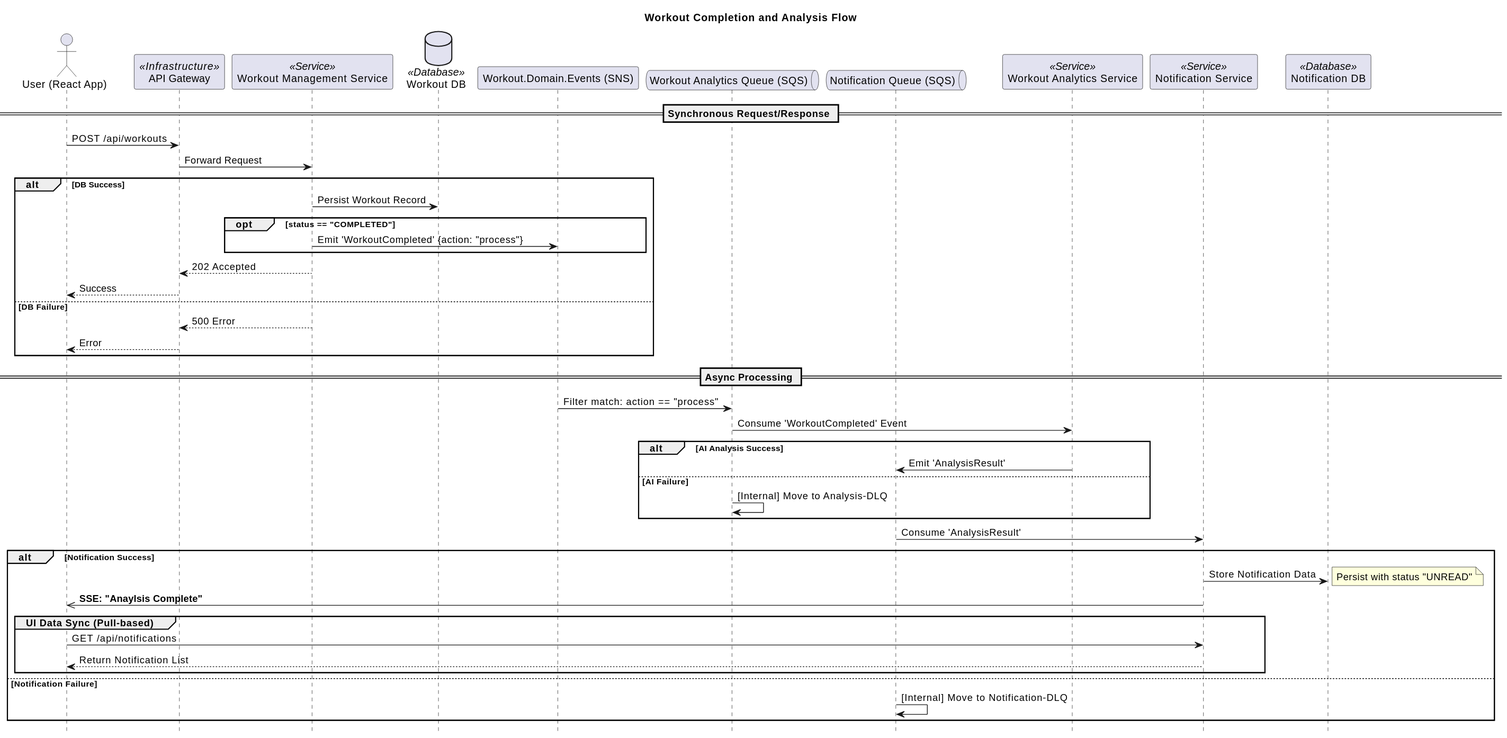
Before: docs/images/out/workout-update.svg, a diagram exported from PlantUML (apratt3377/fitness-tracker-architecture-diagram). The source it was exported from:
```plantuml
@startuml
hide footbox
title Workout Completion and Analysis Flow

actor "User (React App)" as C
participant "API Gateway" as APIG <<Infrastructure>>

participant "Workout Management Service" as WS <<Service>>
database "Workout DB" as WDB <<Database>>

participant "Workout.Domain.Events (SNS)" as SNS
queue "Workout Analytics Queue (SQS)" as AQ
queue "Notification Queue (SQS)" as NQ

participant "Workout Analytics Service" as AS <<Service>>
participant "Notification Service" as NS <<Service>>
participant "Notification DB" as NDB <<Database>>

== Synchronous Request/Response ==

C -> APIG : POST /api/workouts
APIG -> WS : Forward Request

alt DB Success
    WS -> WDB : Persist Workout Record

    opt status == "COMPLETED"
        WS -> SNS : Emit 'WorkoutCompleted' {action: "process"}
    end

    WS --> APIG : 202 Accepted
    APIG --> C : Success
else DB Failure
    WS --> APIG : 500 Error
    APIG --> C : Error
end

== Async Processing ==

SNS -> AQ : Filter match: action == "process"
AQ -> AS : Consume 'WorkoutCompleted' Event

alt AI Analysis Success
    AS -> NQ : Emit 'AnalysisResult'
else AI Failure
    AQ -> AQ : [Internal] Move to Analysis-DLQ
end

NQ -> NS : Consume 'AnalysisResult'
alt Notification Success
    NS -> NDB : Store Notification Data
    note right: Persist with status "UNREAD"

    NS ->> C: **SSE: "Anaylsis Complete"**

    group UI Data Sync (Pull-based)
        C -> NS: GET /api/notifications
        NS --> C: Return Notification List
    end
else Notification Failure
    NQ -> NQ : [Internal] Move to Notification-DLQ
end
@enduml
```
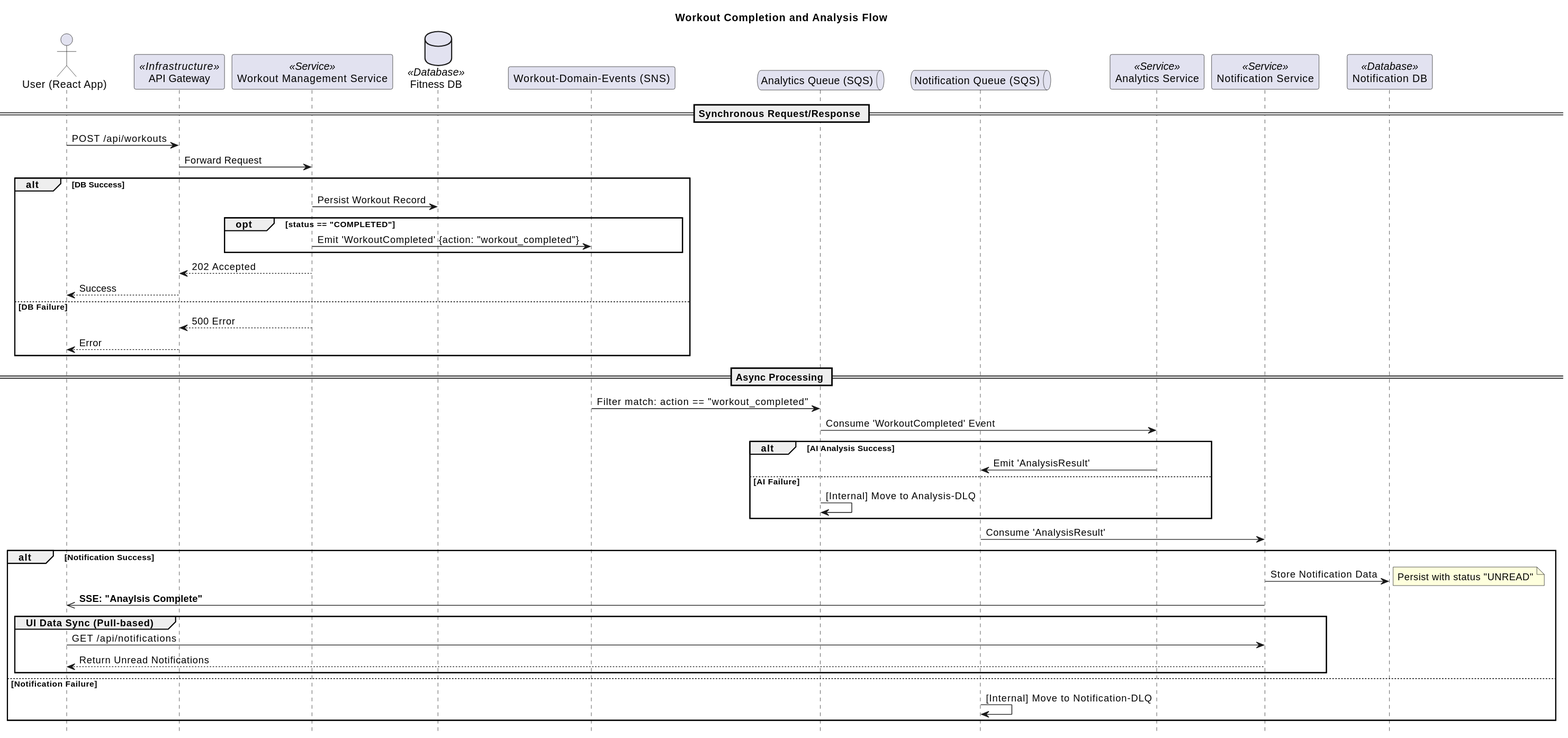
The same diagram one commit later.

The edit, as a diff of the source:
```diff
@@ -6,13 +6,13 @@
 participant "API Gateway" as APIG <<Infrastructure>>
 
 participant "Workout Management Service" as WS <<Service>>
-database "Workout DB" as WDB <<Database>>
+database "Fitness DB" as WDB <<Database>>
 
-participant "Workout.Domain.Events (SNS)" as SNS
-queue "Workout Analytics Queue (SQS)" as AQ
+participant "Workout-Domain-Events (SNS)" as SNS
+queue "Analytics Queue (SQS)" as AQ
 queue "Notification Queue (SQS)" as NQ
 
-participant "Workout Analytics Service" as AS <<Service>>
+participant "Analytics Service" as AS <<Service>>
 participant "Notification Service" as NS <<Service>>
 participant "Notification DB" as NDB <<Database>>
 
@@ -25,7 +25,7 @@
     WS -> WDB : Persist Workout Record
 
     opt status == "COMPLETED"
-        WS -> SNS : Emit 'WorkoutCompleted' {action: "process"}
+        WS -> SNS : Emit 'WorkoutCompleted' {action: "workout_completed"}
     end
 
     WS --> APIG : 202 Accepted
@@ -37,7 +37,7 @@
 
 == Async Processing ==
 
-SNS -> AQ : Filter match: action == "process"
+SNS -> AQ : Filter match: action == "workout_completed"
 AQ -> AS : Consume 'WorkoutCompleted' Event
 
 alt AI Analysis Success
@@ -55,7 +55,7 @@
 
     group UI Data Sync (Pull-based)
         C -> NS: GET /api/notifications
-        NS --> C: Return Notification List
+        NS --> C: Return Unread Notifications
     end
 else Notification Failure
     NQ -> NQ : [Internal] Move to Notification-DLQ
```
